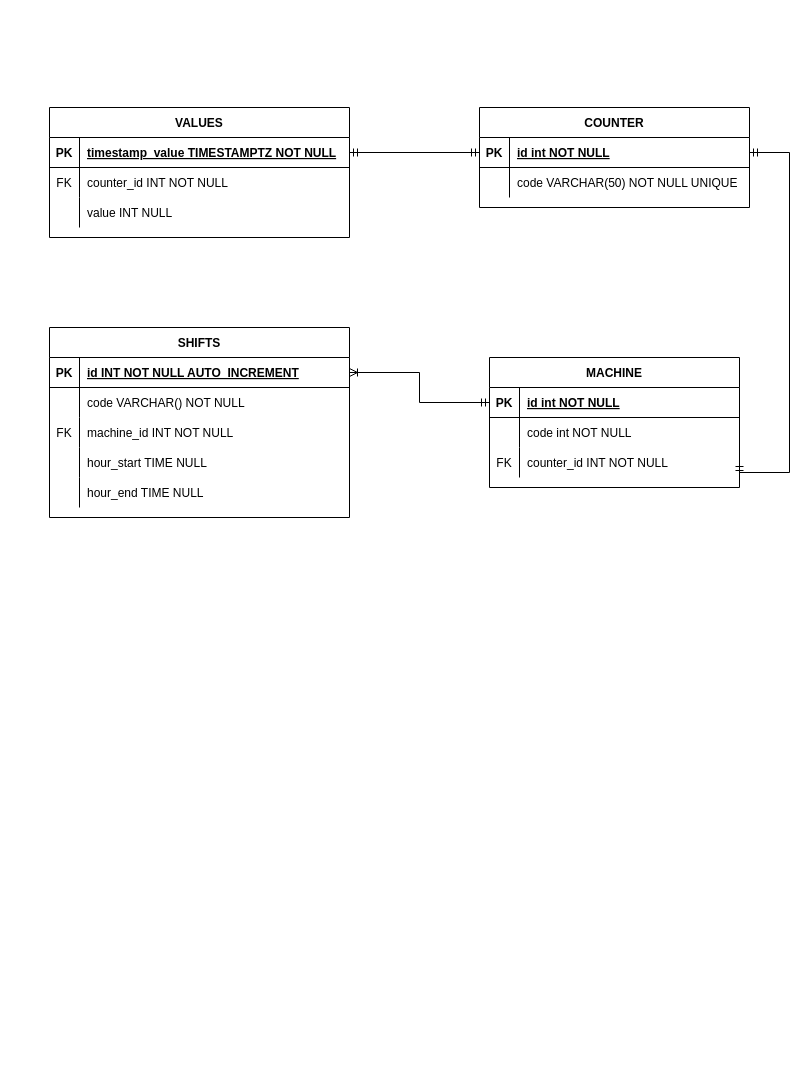
Above: resources/diagrams/erd.drawio in guligon90/packiot-fsc (draw.io), before the change. Source tidied: cells renumbered, new cells numbered last; positions are measured from the earlier drawing's top-left corner, leaving out a move shared by most shapes. Both pictures are drawn from the tidied source at 100%, with x=0, y=0 at pixel (49, 107).
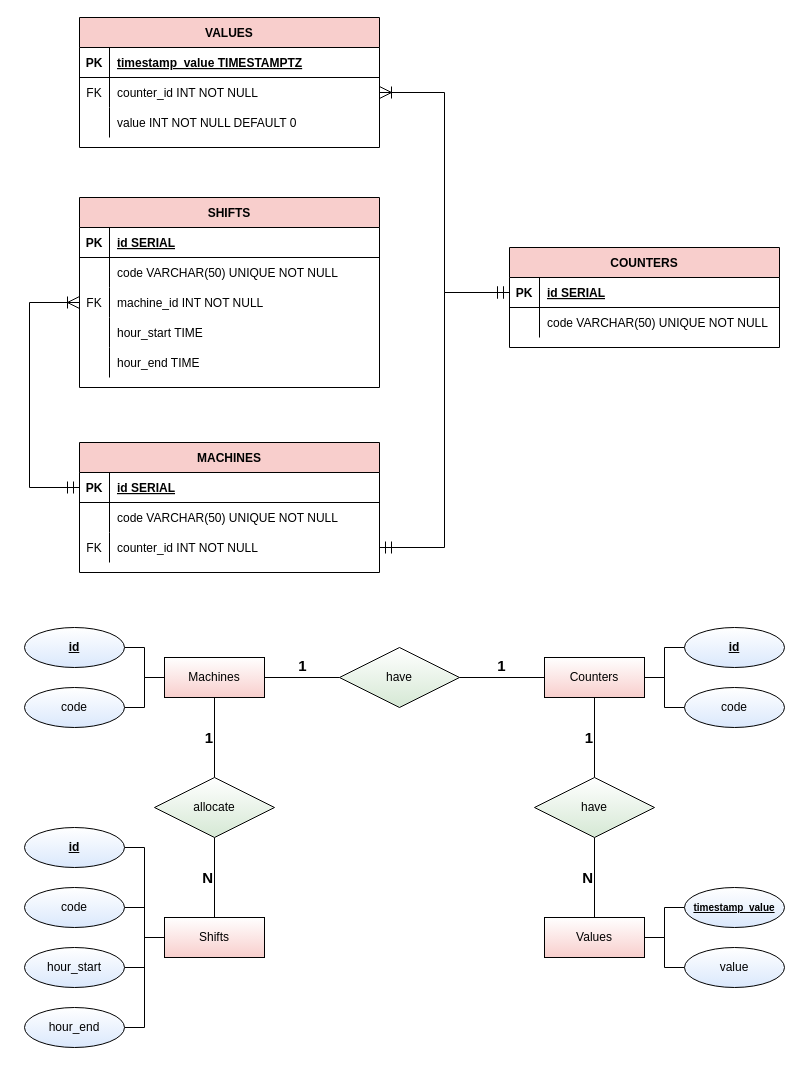
The same page after the edit.

Unchanged cells that the change refers to:
```xml
<mxCell id="13" style="shape=partialRectangle;fillColor=none;points=[[0,0.5],[1,0.5]];portConstraint=eastwest;top=0;left=0;right=0;bottom=1;" parent="12" vertex="1">
  <mxGeometry y="30" width="300" height="30" as="geometry" />
</mxCell>
<mxCell id="16" style="shape=partialRectangle;fillColor=none;points=[[0,0.5],[1,0.5]];portConstraint=eastwest;top=0;left=0;right=0;bottom=0;" parent="12" vertex="1">
  <mxGeometry y="60" width="300" height="30" as="geometry" />
</mxCell>
<mxCell id="19" style="shape=partialRectangle;fillColor=none;top=0;left=0;right=0;bottom=0;" parent="12" vertex="1">
  <mxGeometry y="90" width="300" height="30" as="geometry" />
</mxCell>
<mxCell id="23" style="shape=partialRectangle;fillColor=none;points=[[0,0.5],[1,0.5]];portConstraint=eastwest;top=0;left=0;right=0;bottom=1;" parent="22" vertex="1">
  <mxGeometry y="30" width="270" height="30" as="geometry" />
</mxCell>
<mxCell id="26" style="shape=partialRectangle;fillColor=none;top=0;left=0;right=0;bottom=0;" parent="22" vertex="1">
  <mxGeometry y="60" width="270" height="30" as="geometry" />
</mxCell>
<mxCell id="30" style="shape=partialRectangle;fillColor=none;points=[[0,0.5],[1,0.5]];portConstraint=eastwest;top=0;left=0;right=0;bottom=1;" parent="29" vertex="1">
  <mxGeometry y="30" width="300" height="30" as="geometry" />
</mxCell>
<mxCell id="33" style="shape=partialRectangle;fillColor=none;top=0;left=0;right=0;bottom=0;" parent="29" vertex="1">
  <mxGeometry y="60" width="300" height="30" as="geometry" />
</mxCell>
<mxCell id="36" style="shape=partialRectangle;fillColor=none;points=[[0,0.5],[1,0.5]];portConstraint=eastwest;top=0;left=0;right=0;bottom=0;" parent="29" vertex="1">
  <mxGeometry y="90" width="300" height="30" as="geometry" />
</mxCell>
<mxCell id="39" style="shape=partialRectangle;fillColor=none;top=0;left=0;right=0;bottom=0;" parent="29" vertex="1">
  <mxGeometry y="120" width="300" height="30" as="geometry" />
</mxCell>
<mxCell id="42" style="shape=partialRectangle;fillColor=none;top=0;left=0;right=0;bottom=0;" parent="29" vertex="1">
  <mxGeometry y="150" width="300" height="30" as="geometry" />
</mxCell>
```

What changed in the source:
```diff
@@
-    <mxCell id="2" value="MACHINE" style="shape=table;startSize=30;childLayout=tableLayout;rowLines=0;fontStyle=1;align=center;" parent="1" vertex="1">
-      <mxGeometry x="440" y="250" width="250" height="130" as="geometry" />
+    <mxCell id="2" value="MACHINES" style="shape=table;startSize=30;childLayout=tableLayout;rowLines=0;fontStyle=1;align=center;fillColor=#f8cecc;" parent="1" vertex="1">
+      <mxGeometry x="30" y="335" width="300" height="130" as="geometry" />
     </mxCell>
     <mxCell id="3" style="shape=partialRectangle;fillColor=none;points=[[0,0.5],[1,0.5]];portConstraint=eastwest;top=0;left=0;right=0;bottom=1;" parent="2" vertex="1">
-      <mxGeometry y="30" width="250" height="30" as="geometry" />
+      <mxGeometry y="30" width="300" height="30" as="geometry" />
     </mxCell>
@@
-    <mxCell id="5" value="id int NOT NULL " style="shape=partialRectangle;overflow=hidden;fillColor=none;top=0;left=0;bottom=0;right=0;align=left;spacingLeft=6;fontStyle=5;" parent="3" vertex="1">
-      <mxGeometry x="30" width="220" height="30" as="geometry" />
+    <mxCell id="5" value="id SERIAL" style="shape=partialRectangle;overflow=hidden;fillColor=none;top=0;left=0;bottom=0;right=0;align=left;spacingLeft=6;fontStyle=5;" parent="3" vertex="1">
+      <mxGeometry x="30" width="270" height="30" as="geometry" />
     </mxCell>
     <mxCell id="6" style="shape=partialRectangle;fillColor=none;top=0;left=0;right=0;bottom=0;" parent="2" vertex="1">
-      <mxGeometry y="60" width="250" height="30" as="geometry" />
+      <mxGeometry y="60" width="300" height="30" as="geometry" />
     </mxCell>
@@
-    <mxCell id="8" value="code int NOT NULL" style="shape=partialRectangle;overflow=hidden;fillColor=none;top=0;left=0;bottom=0;right=0;align=left;spacingLeft=6;" parent="6" vertex="1">
-      <mxGeometry x="30" width="220" height="30" as="geometry" />
+    <mxCell id="8" value="code VARCHAR(50) UNIQUE NOT NULL" style="shape=partialRectangle;overflow=hidden;fillColor=none;top=0;left=0;bottom=0;right=0;align=left;spacingLeft=6;" parent="6" vertex="1">
+      <mxGeometry x="30" width="270" height="30" as="geometry" />
     </mxCell>
     <mxCell id="9" style="shape=partialRectangle;fillColor=none;points=[[0,0.5],[1,0.5]];portConstraint=eastwest;top=0;left=0;right=0;bottom=0;" parent="2" vertex="1">
-      <mxGeometry y="90" width="250" height="30" as="geometry" />
+      <mxGeometry y="90" width="300" height="30" as="geometry" />
     </mxCell>
@@
     <mxCell id="11" value="counter_id INT NOT NULL" style="shape=partialRectangle;overflow=hidden;fillColor=none;top=0;left=0;bottom=0;right=0;align=left;spacingLeft=6;" parent="9" vertex="1">
-      <mxGeometry x="30" width="220" height="30" as="geometry" />
+      <mxGeometry x="30" width="270" height="30" as="geometry" />
     </mxCell>
-    <mxCell id="12" value="VALUES" style="shape=table;startSize=30;childLayout=tableLayout;rowLines=0;fontStyle=1;align=center;" parent="1" vertex="1">
-      <mxGeometry width="300" height="130" as="geometry" />
+    <mxCell id="12" value="VALUES" style="shape=table;startSize=30;childLayout=tableLayout;rowLines=0;fontStyle=1;align=center;fillColor=#f8cecc;" parent="1" vertex="1">
+      <mxGeometry x="30" y="-90" width="300" height="130" as="geometry" />
     </mxCell>
@@
-    <mxCell id="15" value="timestamp_value TIMESTAMPTZ NOT NULL " style="shape=partialRectangle;overflow=hidden;fillColor=none;top=0;left=0;bottom=0;right=0;align=left;spacingLeft=6;fontStyle=5;" parent="13" vertex="1">
+    <mxCell id="15" value="timestamp_value TIMESTAMPTZ" style="shape=partialRectangle;overflow=hidden;fillColor=none;top=0;left=0;bottom=0;right=0;align=left;spacingLeft=6;fontStyle=5;" parent="13" vertex="1">
       <mxGeometry x="30" width="270" height="30" as="geometry" />
     </mxCell>
@@
-    <mxCell id="21" value="value INT NULL" style="shape=partialRectangle;overflow=hidden;fillColor=none;top=0;left=0;bottom=0;right=0;align=left;spacingLeft=6;" parent="19" vertex="1">
+    <mxCell id="21" value="value INT NOT NULL DEFAULT 0" style="shape=partialRectangle;overflow=hidden;fillColor=none;top=0;left=0;bottom=0;right=0;align=left;spacingLeft=6;" parent="19" vertex="1">
       <mxGeometry x="30" width="270" height="30" as="geometry" />
     </mxCell>
-    <mxCell id="22" value="COUNTER" style="shape=table;startSize=30;childLayout=tableLayout;rowLines=0;fontStyle=1;align=center;" parent="1" vertex="1">
-      <mxGeometry x="430" width="270" height="100" as="geometry" />
+    <mxCell id="22" value="COUNTERS" style="shape=table;startSize=30;childLayout=tableLayout;rowLines=0;fontStyle=1;align=center;fillColor=#f8cecc;" parent="1" vertex="1">
+      <mxGeometry x="460" y="140" width="270" height="100" as="geometry" />
     </mxCell>
@@
-    <mxCell id="25" value="id int NOT NULL " style="shape=partialRectangle;overflow=hidden;fillColor=none;top=0;left=0;bottom=0;right=0;align=left;spacingLeft=6;fontStyle=5;" parent="23" vertex="1">
+    <mxCell id="25" value="id SERIAL" style="shape=partialRectangle;overflow=hidden;fillColor=none;top=0;left=0;bottom=0;right=0;align=left;spacingLeft=6;fontStyle=5;" parent="23" vertex="1">
       <mxGeometry x="30" width="240" height="30" as="geometry" />
     </mxCell>
@@
-    <mxCell id="28" value="code VARCHAR(50) NOT NULL UNIQUE" style="shape=partialRectangle;overflow=hidden;fillColor=none;top=0;left=0;bottom=0;right=0;align=left;spacingLeft=6;" parent="26" vertex="1">
+    <mxCell id="28" value="code VARCHAR(50) UNIQUE NOT NULL" style="shape=partialRectangle;overflow=hidden;fillColor=none;top=0;left=0;bottom=0;right=0;align=left;spacingLeft=6;" parent="26" vertex="1">
       <mxGeometry x="30" width="240" height="30" as="geometry" />
     </mxCell>
-    <mxCell id="29" value="SHIFTS" style="shape=table;startSize=30;childLayout=tableLayout;rowLines=0;fontStyle=1;align=center;" parent="1" vertex="1">
-      <mxGeometry y="220" width="300" height="190" as="geometry" />
+    <mxCell id="29" value="SHIFTS" style="shape=table;startSize=30;childLayout=tableLayout;rowLines=0;fontStyle=1;align=center;fillColor=#f8cecc;" parent="1" vertex="1">
+      <mxGeometry x="30" y="90" width="300" height="190" as="geometry" />
     </mxCell>
@@
-    <mxCell id="32" value="id INT NOT NULL AUTO_INCREMENT" style="shape=partialRectangle;overflow=hidden;fillColor=none;top=0;left=0;bottom=0;right=0;align=left;spacingLeft=6;fontStyle=5;" parent="30" vertex="1">
+    <mxCell id="32" value="id SERIAL" style="shape=partialRectangle;overflow=hidden;fillColor=none;top=0;left=0;bottom=0;right=0;align=left;spacingLeft=6;fontStyle=5;" parent="30" vertex="1">
       <mxGeometry x="30" width="270" height="30" as="geometry" />
     </mxCell>
@@
-    <mxCell id="35" value="code VARCHAR() NOT NULL" style="shape=partialRectangle;overflow=hidden;fillColor=none;top=0;left=0;bottom=0;right=0;align=left;spacingLeft=6;" parent="33" vertex="1">
+    <mxCell id="35" value="code VARCHAR(50) UNIQUE NOT NULL" style="shape=partialRectangle;overflow=hidden;fillColor=none;top=0;left=0;bottom=0;right=0;align=left;spacingLeft=6;" parent="33" vertex="1">
       <mxGeometry x="30" width="270" height="30" as="geometry" />
     </mxCell>
@@
-    <mxCell id="41" value="hour_start TIME NULL" style="shape=partialRectangle;overflow=hidden;fillColor=none;top=0;left=0;bottom=0;right=0;align=left;spacingLeft=6;" parent="39" vertex="1">
+    <mxCell id="41" value="hour_start TIME" style="shape=partialRectangle;overflow=hidden;fillColor=none;top=0;left=0;bottom=0;right=0;align=left;spacingLeft=6;" parent="39" vertex="1">
       <mxGeometry x="30" width="270" height="30" as="geometry" />
     </mxCell>
@@
-    <mxCell id="44" value="hour_end TIME NULL" style="shape=partialRectangle;overflow=hidden;fillColor=none;top=0;left=0;bottom=0;right=0;align=left;spacingLeft=6;" parent="42" vertex="1">
+    <mxCell id="44" value="hour_end TIME" style="shape=partialRectangle;overflow=hidden;fillColor=none;top=0;left=0;bottom=0;right=0;align=left;spacingLeft=6;" parent="42" vertex="1">
       <mxGeometry x="30" width="270" height="30" as="geometry" />
     </mxCell>
-    <mxCell id="45" style="edgeStyle=orthogonalEdgeStyle;rounded=0;jettySize=auto;html=1;entryX=1;entryY=0.5;entryDx=0;entryDy=0;startArrow=ERmandOne;startFill=0;endArrow=ERoneToMany;endFill=0;" parent="1" edge="1" source="3" target="30">
-      <mxGeometry relative="1" as="geometry" />
+    <mxCell id="45" style="edgeStyle=orthogonalEdgeStyle;rounded=0;jettySize=auto;html=1;entryX=0;entryY=0.5;entryDx=0;entryDy=0;startArrow=ERmandOne;startFill=0;endArrow=ERoneToMany;endFill=0;exitX=0;exitY=0.5;exitDx=0;exitDy=0;endSize=10;startSize=10;" parent="1" edge="1" source="3" target="36">
+      <mxGeometry relative="1" as="geometry">
+        <Array as="points">
+          <mxPoint x="-20" y="380" />
+          <mxPoint x="-20" y="195" />
+        </Array>
+      </mxGeometry>
     </mxCell>
+    <mxCell id="48" value="1" style="edgeStyle=orthogonalEdgeStyle;rounded=0;jettySize=auto;html=1;entryX=0;entryY=0.5;entryDx=0;entryDy=0;startArrow=none;startFill=0;endArrow=none;endFill=0;labelPosition=center;verticalLabelPosition=top;align=center;verticalAlign=bottom;fontStyle=1;fontSize=15;" parent="1" edge="1" source="50" target="55">
+      <mxGeometry relative="1" as="geometry" />
+    </mxCell>
+    <mxCell id="49" value="1" style="edgeStyle=orthogonalEdgeStyle;rounded=0;jettySize=auto;html=1;entryX=0.5;entryY=0;entryDx=0;entryDy=0;startArrow=none;startFill=0;endArrow=none;endFill=0;labelBorderColor=none;labelPosition=left;verticalLabelPosition=middle;align=right;verticalAlign=middle;fontStyle=1;fontSize=15;" parent="1" edge="1" source="50" target="69">
+      <mxGeometry relative="1" as="geometry" />
+    </mxCell>
+    <mxCell id="50" value="Machines" style="whiteSpace=wrap;html=1;align=center;gradientDirection=north;fillColor=#f8cecc;gradientColor=#ffffff;" parent="1" vertex="1">
+      <mxGeometry x="115" y="550" width="100" height="40" as="geometry" />
+    </mxCell>
+    <mxCell id="51" style="edgeStyle=orthogonalEdgeStyle;rounded=0;jettySize=auto;html=1;entryX=0;entryY=0.5;entryDx=0;entryDy=0;startArrow=none;startFill=0;endArrow=none;endFill=0;" parent="1" edge="1" source="52" target="50">
+      <mxGeometry relative="1" as="geometry" />
+    </mxCell>
+    <mxCell id="52" value="id" style="ellipse;whiteSpace=wrap;html=1;align=center;fontStyle=5;fillColor=#dae8fc;gradientColor=#ffffff;gradientDirection=north;" parent="1" vertex="1">
+      <mxGeometry x="-25" y="520" width="100" height="40" as="geometry" />
+    </mxCell>
+    <mxCell id="53" style="edgeStyle=orthogonalEdgeStyle;rounded=0;jettySize=auto;html=1;startArrow=none;startFill=0;endArrow=none;endFill=0;" parent="1" edge="1" source="54" target="50">
+      <mxGeometry relative="1" as="geometry" />
+    </mxCell>
+    <mxCell id="54" value="code" style="ellipse;whiteSpace=wrap;html=1;align=center;fillColor=#dae8fc;gradientColor=#ffffff;gradientDirection=north;" parent="1" vertex="1">
+      <mxGeometry x="-25" y="580" width="100" height="40" as="geometry" />
+    </mxCell>
+    <mxCell id="55" value="have" style="shape=rhombus;perimeter=rhombusPerimeter;whiteSpace=wrap;html=1;align=center;fillColor=#d5e8d4;gradientDirection=north;gradientColor=#ffffff;" parent="1" vertex="1">
+      <mxGeometry x="290" y="540" width="120" height="60" as="geometry" />
+    </mxCell>
+    <mxCell id="56" value="1" style="edgeStyle=orthogonalEdgeStyle;rounded=0;jettySize=auto;html=1;startArrow=none;startFill=0;endArrow=none;endFill=0;entryX=0.5;entryY=0;entryDx=0;entryDy=0;labelPosition=left;verticalLabelPosition=middle;align=right;verticalAlign=middle;fontStyle=1;fontSize=15;" parent="1" edge="1" source="60" target="62">
+      <mxGeometry relative="1" as="geometry" />
+    </mxCell>
+    <mxCell id="57" value="1" style="edgeStyle=orthogonalEdgeStyle;rounded=0;jettySize=auto;html=1;entryX=1;entryY=0.5;entryDx=0;entryDy=0;startArrow=none;startFill=0;endArrow=none;endFill=0;labelPosition=center;verticalLabelPosition=top;align=center;verticalAlign=bottom;fontStyle=1;fontSize=15;" parent="1" edge="1" source="60" target="55">
+      <mxGeometry relative="1" as="geometry" />
+    </mxCell>
+    <mxCell id="58" style="edgeStyle=orthogonalEdgeStyle;rounded=0;jettySize=auto;html=1;entryX=0;entryY=0.5;entryDx=0;entryDy=0;endArrow=none;endFill=0;" parent="1" edge="1" source="60" target="80">
+      <mxGeometry relative="1" as="geometry" />
+    </mxCell>
+    <mxCell id="59" style="edgeStyle=orthogonalEdgeStyle;rounded=0;jettySize=auto;html=1;endArrow=none;endFill=0;" parent="1" edge="1" source="60" target="81">
+      <mxGeometry relative="1" as="geometry" />
+    </mxCell>
+    <mxCell id="60" value="Counters" style="whiteSpace=wrap;html=1;align=center;gradientDirection=north;fillColor=#f8cecc;gradientColor=#ffffff;" parent="1" vertex="1">
+      <mxGeometry x="495" y="550" width="100" height="40" as="geometry" />
+    </mxCell>
+    <mxCell id="61" value="N" style="edgeStyle=orthogonalEdgeStyle;rounded=0;jettySize=auto;html=1;entryX=0.5;entryY=0;entryDx=0;entryDy=0;startArrow=none;startFill=0;endArrow=none;endFill=0;labelPosition=left;verticalLabelPosition=middle;align=right;verticalAlign=middle;fontStyle=1;fontSize=15;" parent="1" edge="1" source="62" target="65">
+      <mxGeometry relative="1" as="geometry" />
+    </mxCell>
+    <mxCell id="62" value="have" style="shape=rhombus;perimeter=rhombusPerimeter;whiteSpace=wrap;html=1;align=center;fillColor=#d5e8d4;gradientDirection=north;gradientColor=#ffffff;" parent="1" vertex="1">
+      <mxGeometry x="485" y="670" width="120" height="60" as="geometry" />
+    </mxCell>
+    <mxCell id="63" style="edgeStyle=orthogonalEdgeStyle;rounded=0;jettySize=auto;html=1;fontSize=10;endArrow=none;endFill=0;" parent="1" edge="1" source="65" target="67">
+      <mxGeometry relative="1" as="geometry" />
+    </mxCell>
+    <mxCell id="64" style="edgeStyle=orthogonalEdgeStyle;rounded=0;jettySize=auto;html=1;entryX=0;entryY=0.5;entryDx=0;entryDy=0;fontSize=10;endArrow=none;endFill=0;" parent="1" edge="1" source="65" target="66">
+      <mxGeometry relative="1" as="geometry" />
+    </mxCell>
+    <mxCell id="65" value="Values" style="whiteSpace=wrap;html=1;align=center;gradientDirection=north;fillColor=#f8cecc;gradientColor=#ffffff;" parent="1" vertex="1">
+      <mxGeometry x="495" y="810" width="100" height="40" as="geometry" />
+    </mxCell>
+    <mxCell id="66" value="value" style="ellipse;whiteSpace=wrap;html=1;align=center;fillColor=#dae8fc;gradientColor=#ffffff;gradientDirection=north;" parent="1" vertex="1">
+      <mxGeometry x="635" y="840" width="100" height="40" as="geometry" />
+    </mxCell>
+    <mxCell id="67" value="&lt;b style=&quot;font-size: 10px;&quot;&gt;timestamp_value&lt;/b&gt;" style="ellipse;whiteSpace=wrap;html=1;align=center;fontStyle=4;fillColor=#dae8fc;gradientColor=#ffffff;gradientDirection=north;fontSize=10;" parent="1" vertex="1">
+      <mxGeometry x="635" y="780" width="100" height="40" as="geometry" />
+    </mxCell>
+    <mxCell id="68" value="N" style="edgeStyle=orthogonalEdgeStyle;rounded=0;jettySize=auto;html=1;entryX=0.5;entryY=0;entryDx=0;entryDy=0;startArrow=none;startFill=0;endArrow=none;endFill=0;labelPosition=left;verticalLabelPosition=middle;align=right;verticalAlign=middle;fontStyle=1;fontSize=15;" parent="1" edge="1" source="69" target="70">
+      <mxGeometry relative="1" as="geometry" />
+    </mxCell>
+    <mxCell id="69" value="allocate" style="shape=rhombus;perimeter=rhombusPerimeter;whiteSpace=wrap;html=1;align=center;fillColor=#d5e8d4;gradientDirection=north;gradientColor=#ffffff;" parent="1" vertex="1">
+      <mxGeometry x="105" y="670" width="120" height="60" as="geometry" />
+    </mxCell>
+    <mxCell id="70" value="Shifts" style="whiteSpace=wrap;html=1;align=center;gradientDirection=north;fillColor=#f8cecc;gradientColor=#ffffff;" parent="1" vertex="1">
+      <mxGeometry x="115" y="810" width="100" height="40" as="geometry" />
+    </mxCell>
+    <mxCell id="71" style="edgeStyle=orthogonalEdgeStyle;rounded=0;jettySize=auto;html=1;entryX=0;entryY=0.5;entryDx=0;entryDy=0;startArrow=none;startFill=0;endArrow=none;endFill=0;" parent="1" edge="1" source="72" target="70">
+      <mxGeometry relative="1" as="geometry" />
+    </mxCell>
+    <mxCell id="72" value="code" style="ellipse;whiteSpace=wrap;html=1;align=center;fillColor=#dae8fc;gradientColor=#ffffff;gradientDirection=north;" parent="1" vertex="1">
+      <mxGeometry x="-25" y="780" width="100" height="40" as="geometry" />
+    </mxCell>
+    <mxCell id="73" style="edgeStyle=orthogonalEdgeStyle;rounded=0;jettySize=auto;html=1;entryX=0;entryY=0.5;entryDx=0;entryDy=0;startArrow=none;startFill=0;endArrow=none;endFill=0;" parent="1" edge="1" source="74" target="70">
+      <mxGeometry relative="1" as="geometry" />
+    </mxCell>
+    <mxCell id="74" value="&lt;b&gt;id&lt;/b&gt;" style="ellipse;whiteSpace=wrap;html=1;align=center;fontStyle=4;fillColor=#dae8fc;gradientColor=#ffffff;gradientDirection=north;" parent="1" vertex="1">
+      <mxGeometry x="-25" y="720" width="100" height="40" as="geometry" />
+    </mxCell>
+    <mxCell id="75" style="edgeStyle=orthogonalEdgeStyle;rounded=0;jettySize=auto;html=1;entryX=0;entryY=0.5;entryDx=0;entryDy=0;startArrow=none;startFill=0;endArrow=none;endFill=0;" parent="1" edge="1" source="76" target="70">
+      <mxGeometry relative="1" as="geometry" />
+    </mxCell>
+    <mxCell id="76" value="hour_start" style="ellipse;whiteSpace=wrap;html=1;align=center;fillColor=#dae8fc;gradientColor=#ffffff;gradientDirection=north;" parent="1" vertex="1">
+      <mxGeometry x="-25" y="840" width="100" height="40" as="geometry" />
+    </mxCell>
+    <mxCell id="77" style="edgeStyle=orthogonalEdgeStyle;rounded=0;jettySize=auto;html=1;entryX=0;entryY=0.5;entryDx=0;entryDy=0;startArrow=none;startFill=0;endArrow=none;endFill=0;" parent="1" edge="1" source="78" target="70">
+      <mxGeometry relative="1" as="geometry" />
+    </mxCell>
+    <mxCell id="78" value="hour_end" style="ellipse;whiteSpace=wrap;html=1;align=center;fillColor=#dae8fc;gradientColor=#ffffff;gradientDirection=north;" parent="1" vertex="1">
+      <mxGeometry x="-25" y="900" width="100" height="40" as="geometry" />
+    </mxCell>
+    <mxCell id="79" style="edgeStyle=orthogonalEdgeStyle;rounded=0;jettySize=auto;html=1;entryX=1;entryY=0.5;entryDx=0;entryDy=0;fontSize=9;startArrow=ERmandOne;startFill=0;endArrow=ERoneToMany;endFill=0;startSize=10;endSize=10;" parent="1" edge="1" source="23" target="16">
+      <mxGeometry relative="1" as="geometry" />
+    </mxCell>
-    <mxCell id="46" style="edgeStyle=orthogonalEdgeStyle;rounded=0;jettySize=auto;html=1;entryX=1;entryY=0.5;entryDx=0;entryDy=0;startArrow=ERmandOne;startFill=0;endArrow=ERmandOne;endFill=0;exitX=1;exitY=0.5;exitDx=0;exitDy=0;" parent="1" edge="1" source="23" target="9">
-      <mxGeometry relative="1" as="geometry">
-        <Array as="points">
-          <mxPoint x="740" y="45" />
-          <mxPoint x="740" y="365" />
-        </Array>
-      </mxGeometry>
+    <mxCell id="46" style="edgeStyle=orthogonalEdgeStyle;rounded=0;jettySize=auto;html=1;entryX=1;entryY=0.5;entryDx=0;entryDy=0;fontSize=9;startArrow=ERmandOne;startFill=0;endArrow=ERmandOne;endFill=0;endSize=10;startSize=10;" parent="1" edge="1" source="23" target="9">
+      <mxGeometry relative="1" as="geometry" />
     </mxCell>
-    <mxCell id="47" style="edgeStyle=orthogonalEdgeStyle;rounded=0;jettySize=auto;html=1;entryX=1;entryY=0.5;entryDx=0;entryDy=0;startArrow=ERmandOne;startFill=0;endArrow=ERmandOne;endFill=0;" parent="1" edge="1" source="23" target="13">
-      <mxGeometry relative="1" as="geometry" />
-    </mxCell>
+    <mxCell id="80" value="id" style="ellipse;whiteSpace=wrap;html=1;align=center;fontStyle=5;fillColor=#dae8fc;gradientColor=#ffffff;gradientDirection=north;" parent="1" vertex="1">
+      <mxGeometry x="635" y="520" width="100" height="40" as="geometry" />
+    </mxCell>
+    <mxCell id="81" value="code" style="ellipse;whiteSpace=wrap;html=1;align=center;fillColor=#dae8fc;gradientColor=#ffffff;gradientDirection=north;" parent="1" vertex="1">
+      <mxGeometry x="635" y="580" width="100" height="40" as="geometry" />
+    </mxCell>
```
